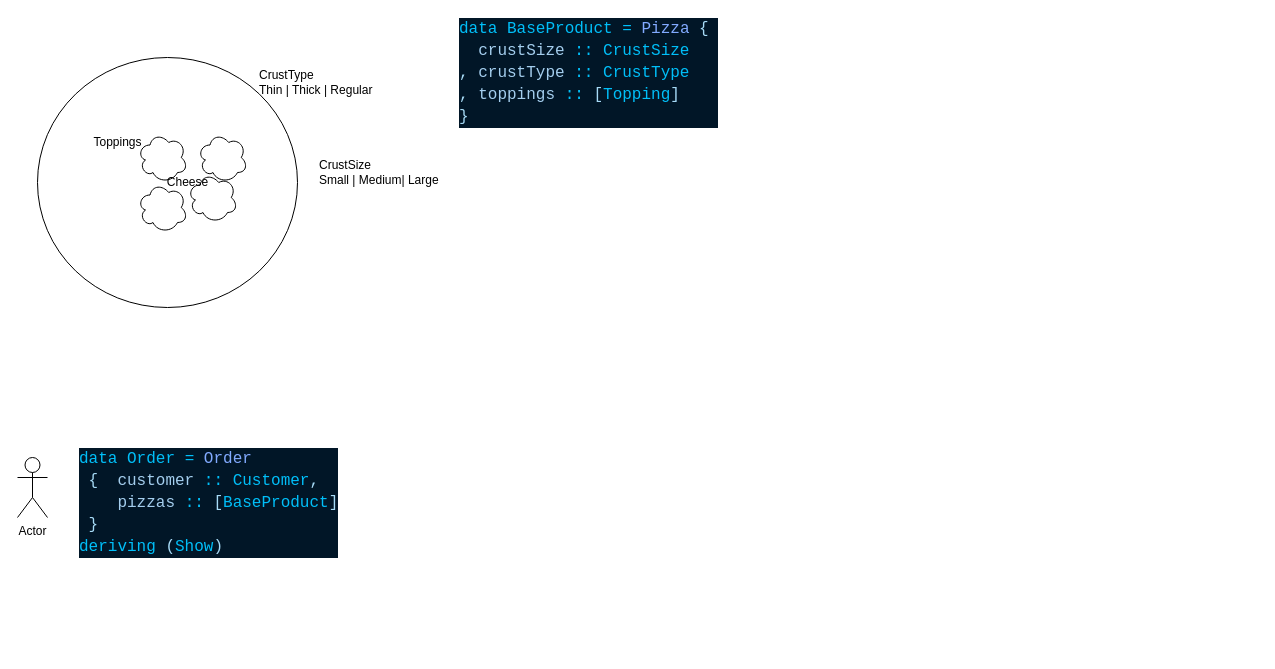
This is Pizza.drawio from hoosainmadhi/Pizza, a draw.io file, before an edit. Source tidied: cells renumbered, new cells numbered last; positions are measured from the earlier drawing's top-left corner, leaving out a move shared by most shapes. Both pictures are drawn from the tidied source at 100%, with x=0, y=0 at pixel (17, 17).
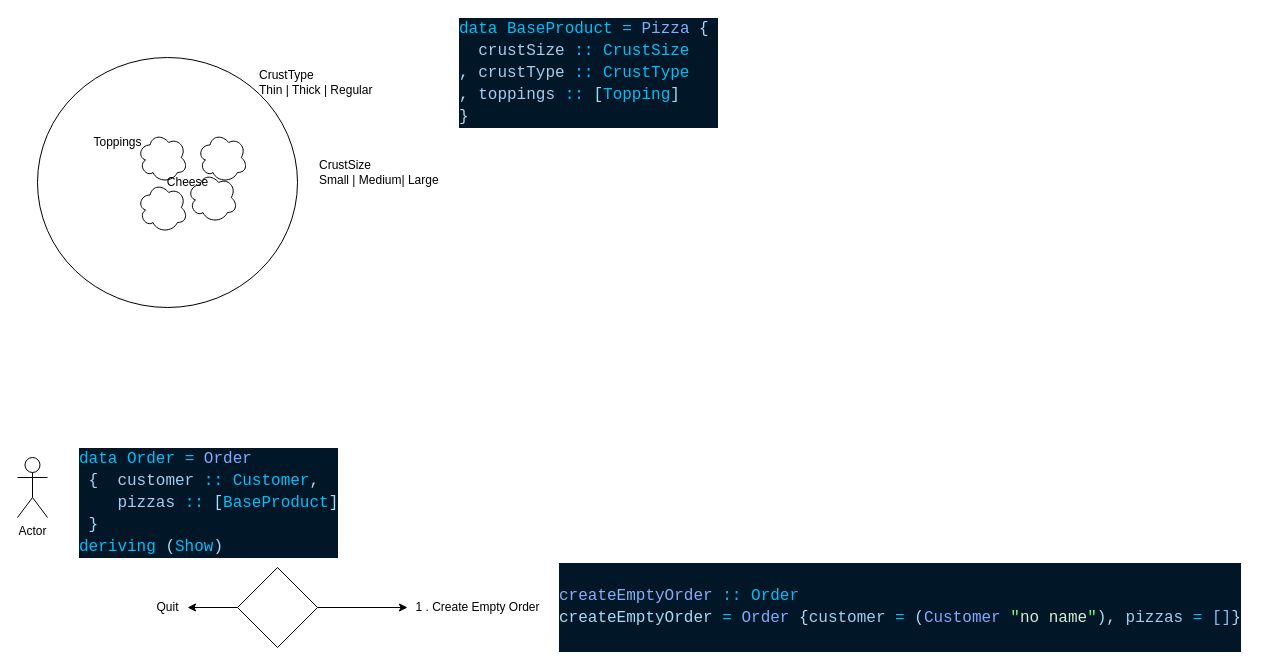
After the change.

Change to the diagram source:
```diff
@@
+    <mxCell id="14" style="edgeStyle=none;html=1;" parent="1" edge="1" source="16">
+      <mxGeometry relative="1" as="geometry">
+        <mxPoint x="390" y="590" as="targetPoint" />
+      </mxGeometry>
+    </mxCell>
+    <mxCell id="15" style="edgeStyle=none;html=1;exitX=0;exitY=0.5;exitDx=0;exitDy=0;" parent="1" edge="1" source="16">
+      <mxGeometry relative="1" as="geometry">
+        <mxPoint x="170" y="590" as="targetPoint" />
+      </mxGeometry>
+    </mxCell>
+    <mxCell id="16" style="rhombus;whiteSpace=wrap;html=1;" parent="1" vertex="1">
+      <mxGeometry x="220" y="550" width="80" height="80" as="geometry" />
+    </mxCell>
+    <mxCell id="17" value="1 . Create Empty Order&lt;br&gt;" style="text;html=1;align=center;verticalAlign=middle;strokeColor=none;" parent="1" vertex="1">
+      <mxGeometry x="390" y="580" width="140" height="20" as="geometry" />
+    </mxCell>
+    <mxCell id="18" value="Quit" style="text;html=1;align=center;verticalAlign=middle;strokeColor=none;" parent="1" vertex="1">
+      <mxGeometry x="130" y="580" width="40" height="20" as="geometry" />
+    </mxCell>
+    <mxCell id="19" value="&lt;div style=&quot;background-color: rgb(1 , 22 , 39) ; line-height: 22px&quot;&gt;&lt;br&gt;&lt;div style=&quot;color: rgb(167 , 219 , 247) ; font-family: &amp;quot;jetbrains mono&amp;quot; , &amp;quot;droid sans mono&amp;quot; , monospace , monospace , &amp;quot;droid sans fallback&amp;quot; ; font-size: 16px&quot;&gt;&lt;span style=&quot;color: #87aff4&quot;&gt;createEmptyOrder&lt;/span&gt; &lt;span style=&quot;color: #00bff9&quot;&gt;::&lt;/span&gt; &lt;span style=&quot;color: #00bff9&quot;&gt;Order&lt;/span&gt;&lt;/div&gt;&lt;div style=&quot;color: rgb(167 , 219 , 247) ; font-family: &amp;quot;jetbrains mono&amp;quot; , &amp;quot;droid sans mono&amp;quot; , monospace , monospace , &amp;quot;droid sans fallback&amp;quot; ; font-size: 16px&quot;&gt;createEmptyOrder &lt;span style=&quot;color: #00bff9&quot;&gt;=&lt;/span&gt; &lt;span style=&quot;color: #82aaff&quot;&gt;Order&lt;/span&gt; {&lt;span style=&quot;color: #a4ceee&quot;&gt;customer&lt;/span&gt; &lt;span style=&quot;color: #00bff9&quot;&gt;=&lt;/span&gt; (&lt;span style=&quot;color: #82aaff&quot;&gt;Customer&lt;/span&gt; &lt;span style=&quot;color: #6bff81&quot;&gt;&quot;&lt;/span&gt;&lt;span style=&quot;color: #d3eed6&quot;&gt;no name&lt;/span&gt;&lt;span style=&quot;color: #6bff81&quot;&gt;&quot;&lt;/span&gt;), &lt;span style=&quot;color: #a4ceee&quot;&gt;pizzas&lt;/span&gt; &lt;span style=&quot;color: #00bff9&quot;&gt;=&lt;/span&gt; &lt;span style=&quot;color: #92b6f4&quot;&gt;[]&lt;/span&gt;}&lt;/div&gt;&lt;div style=&quot;&quot;&gt;&lt;font color=&quot;#a7dbf7&quot; face=&quot;JetBrains Mono, Droid Sans Mono, monospace, monospace, Droid Sans Fallback&quot;&gt;&lt;span style=&quot;font-size: 16px&quot;&gt;&lt;br&gt;&lt;/span&gt;&lt;/font&gt;&lt;/div&gt;&lt;/div&gt;" style="text;html=1;align=left;verticalAlign=middle;strokeColor=none;" parent="1" vertex="1">
+      <mxGeometry x="540" y="545" width="700" height="90" as="geometry" />
+    </mxCell>
```
